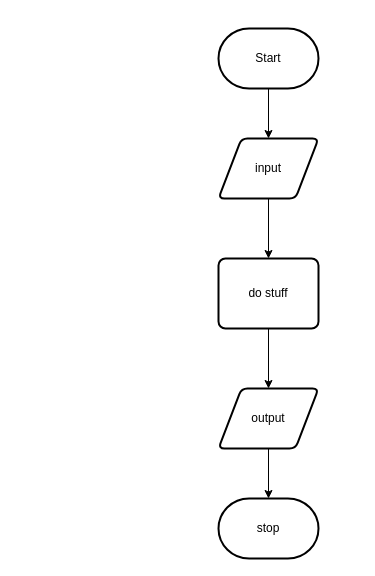
Earlier version of the draw.io diagram design/flowchart.Drawio (Mr-Coxall/ICS4U-Intro-04-TypeScript). Source tidied: cells renumbered, new cells numbered last; positions are measured from the earlier drawing's top-left corner, leaving out a move shared by most shapes. Both pictures are drawn from the tidied source at 100%, with x=0, y=0 at pixel (218, 28).
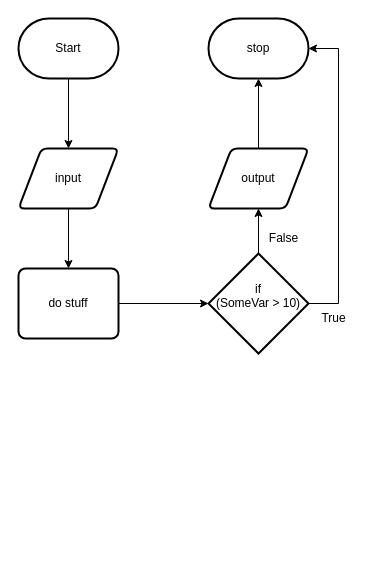
The same diagram, later.

The edit, as a diff of the source:
```diff
@@
 <mxGraphModel>
   <root>
     <mxCell id="0" />
     <mxCell id="1" parent="0" />
     <mxCell id="2" style="edgeStyle=none;html=1;entryX=0.5;entryY=0;entryDx=0;entryDy=0;" parent="1" edge="1" source="3" target="5">
       <mxGeometry relative="1" as="geometry" />
     </mxCell>
     <mxCell id="3" value="Start" style="strokeWidth=2;html=1;shape=mxgraph.flowchart.terminator;whiteSpace=wrap;" parent="1" vertex="1">
-      <mxGeometry width="100" height="60" as="geometry" />
+      <mxGeometry x="-200" y="-10" width="100" height="60" as="geometry" />
     </mxCell>
     <mxCell id="4" style="edgeStyle=none;html=1;entryX=0.5;entryY=0;entryDx=0;entryDy=0;" parent="1" edge="1" source="5" target="7">
       <mxGeometry relative="1" as="geometry" />
     </mxCell>
     <mxCell id="5" value="input" style="shape=parallelogram;html=1;strokeWidth=2;perimeter=parallelogramPerimeter;whiteSpace=wrap;rounded=1;arcSize=12;size=0.23;" parent="1" vertex="1">
-      <mxGeometry y="110" width="100" height="60" as="geometry" />
+      <mxGeometry x="-200" y="120" width="100" height="60" as="geometry" />
     </mxCell>
-    <mxCell id="6" style="edgeStyle=none;html=1;" parent="1" edge="1" source="7" target="9">
-      <mxGeometry relative="1" as="geometry" />
-    </mxCell>
+    <mxCell id="11" style="edgeStyle=none;html=1;entryX=0;entryY=0.5;entryDx=0;entryDy=0;entryPerimeter=0;" parent="1" edge="1" source="7" target="14">
+      <mxGeometry relative="1" as="geometry" />
+    </mxCell>
     <mxCell id="7" value="do stuff" style="rounded=1;whiteSpace=wrap;html=1;absoluteArcSize=1;arcSize=14;strokeWidth=2;" parent="1" vertex="1">
-      <mxGeometry y="230" width="100" height="70" as="geometry" />
+      <mxGeometry x="-200" y="240" width="100" height="70" as="geometry" />
     </mxCell>
     <mxCell id="8" style="edgeStyle=none;html=1;" parent="1" edge="1" source="9" target="10">
       <mxGeometry relative="1" as="geometry" />
     </mxCell>
     <mxCell id="9" value="output" style="shape=parallelogram;html=1;strokeWidth=2;perimeter=parallelogramPerimeter;whiteSpace=wrap;rounded=1;arcSize=12;size=0.23;" parent="1" vertex="1">
-      <mxGeometry y="360" width="100" height="60" as="geometry" />
+      <mxGeometry x="-10" y="120" width="100" height="60" as="geometry" />
     </mxCell>
     <mxCell id="10" value="stop" style="strokeWidth=2;html=1;shape=mxgraph.flowchart.terminator;whiteSpace=wrap;" parent="1" vertex="1">
-      <mxGeometry y="470" width="100" height="60" as="geometry" />
+      <mxGeometry x="-10" y="-10" width="100" height="60" as="geometry" />
     </mxCell>
+    <mxCell id="12" style="edgeStyle=none;html=1;" parent="1" edge="1" source="14" target="9">
+      <mxGeometry relative="1" as="geometry" />
+    </mxCell>
+    <mxCell id="13" style="edgeStyle=orthogonalEdgeStyle;html=1;entryX=1;entryY=0.5;entryDx=0;entryDy=0;entryPerimeter=0;rounded=0;" parent="1" edge="1" source="14" target="10">
+      <mxGeometry relative="1" as="geometry">
+        <Array as="points">
+          <mxPoint x="120" y="275" />
+          <mxPoint x="120" y="20" />
+        </Array>
+      </mxGeometry>
+    </mxCell>
+    <mxCell id="14" value="if&lt;br&gt;(SomeVar &amp;gt; 10)&lt;br&gt;&amp;nbsp;" style="strokeWidth=2;html=1;shape=mxgraph.flowchart.decision;whiteSpace=wrap;" parent="1" vertex="1">
+      <mxGeometry x="-10" y="225" width="100" height="100" as="geometry" />
+    </mxCell>
+    <mxCell id="15" value="True" style="text;html=1;align=center;verticalAlign=middle;strokeColor=none;fillColor=none;" parent="1" vertex="1">
+      <mxGeometry x="90" y="275" width="50" height="30" as="geometry" />
+    </mxCell>
+    <mxCell id="16" value="False" style="text;html=1;align=center;verticalAlign=middle;strokeColor=none;fillColor=none;" parent="1" vertex="1">
+      <mxGeometry x="40" y="195" width="50" height="30" as="geometry" />
+    </mxCell>
   </root>
 </mxGraphModel>
```
